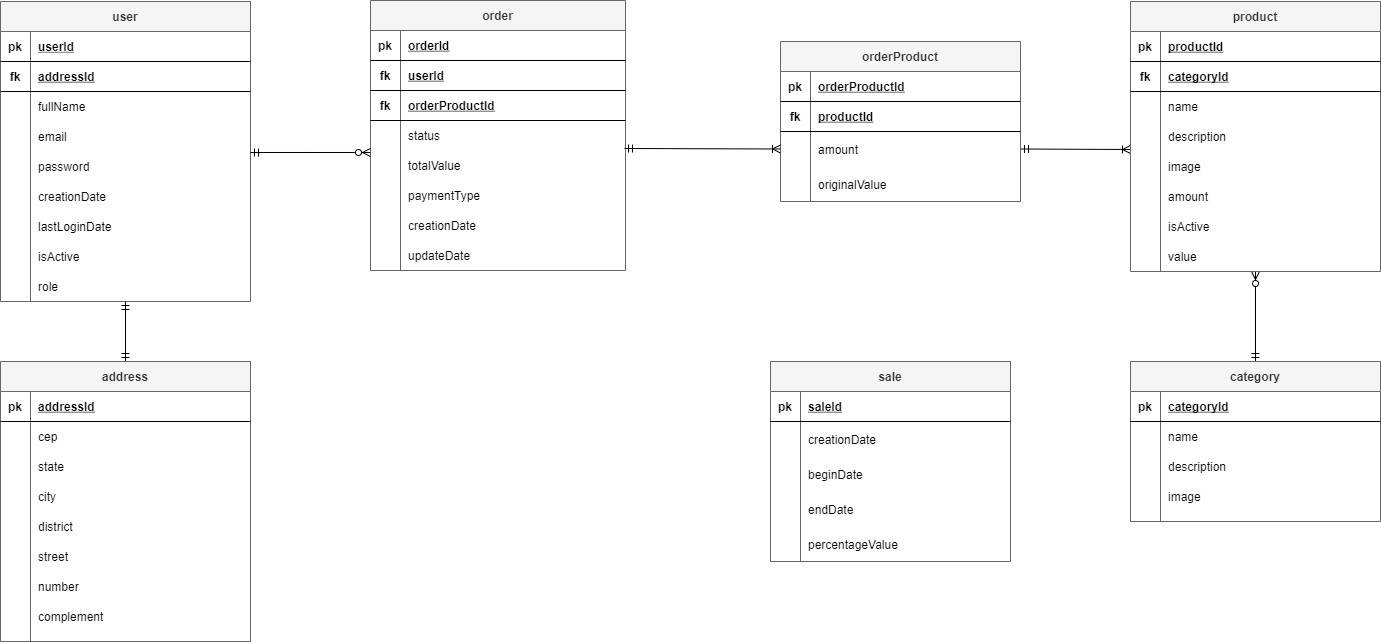
Above: documents/Diagrama ER.png in AdrianaMendes/tcc2-backend (draw.io), before the change. Source tidied: cells renumbered, new cells last; positions are measured from the earlier drawing's top-left corner, leaving out a move shared by most shapes.
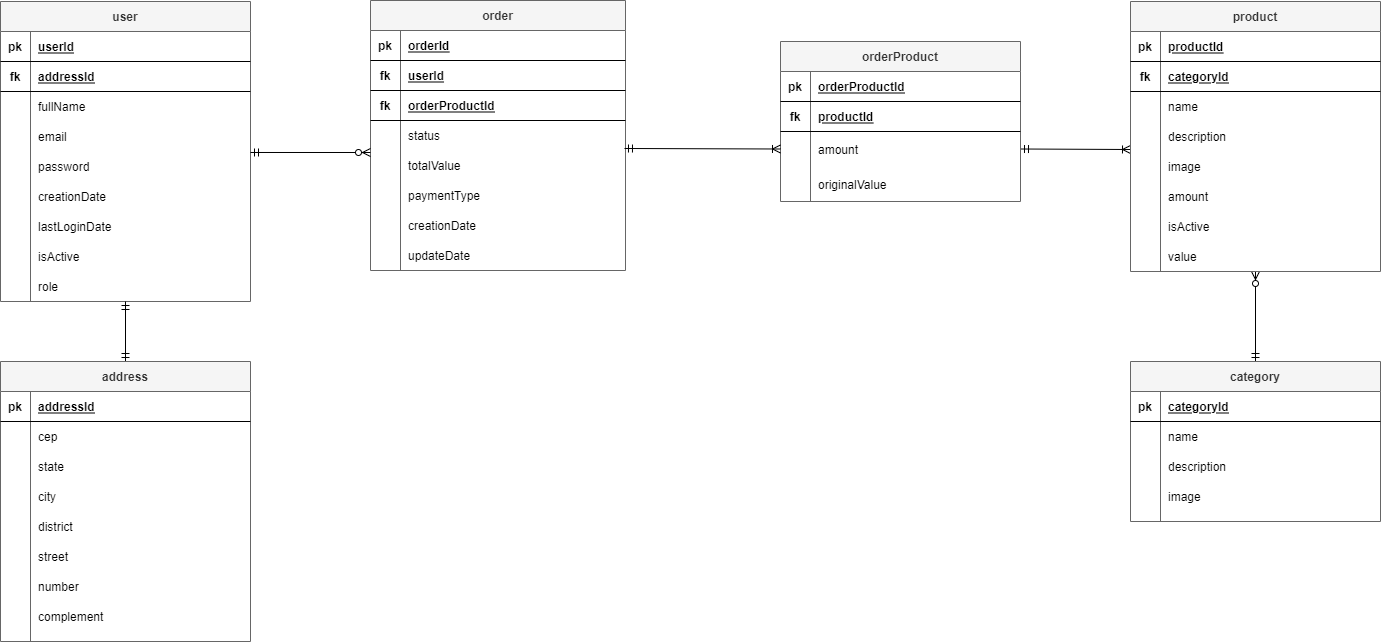
The same diagram one commit later.

Commit message:
Incluído diagrama ER atualizado e proposta aprovada

Diff of the diagram source:
```diff
@@ -414,53 +414,5 @@
         <mxPoint x="370" y="152" as="targetPoint" />
       </mxGeometry>
     </mxCell>
-    <mxCell id="138" value="sale" style="shape=table;startSize=30;rowLines=0;fontStyle=1;align=center;fillColor=#f5f5f5;strokeColor=#666666;fontColor=#333333;" parent="1" vertex="1">
-      <mxGeometry x="770" y="361" width="240" height="200" as="geometry" />
-    </mxCell>
-    <mxCell id="139" style="shape=partialRectangle;fillColor=none;top=0;left=0;right=0;bottom=1;" parent="138" vertex="1">
-      <mxGeometry y="30" width="240" height="30" as="geometry" />
-    </mxCell>
-    <mxCell id="140" value="pk" style="shape=partialRectangle;overflow=hidden;fillColor=none;top=0;left=0;bottom=0;right=0;fontStyle=1;" parent="139" vertex="1">
-      <mxGeometry width="30" height="30" as="geometry" />
-    </mxCell>
-    <mxCell id="141" value="saleId" style="shape=partialRectangle;overflow=hidden;fillColor=none;top=0;left=0;bottom=0;right=0;align=left;spacingLeft=6;fontStyle=5;" parent="139" vertex="1">
-      <mxGeometry x="30" width="210" height="30" as="geometry" />
-    </mxCell>
-    <mxCell id="142" style="shape=partialRectangle;fillColor=none;top=0;left=0;right=0;bottom=0;" parent="138" vertex="1">
-      <mxGeometry y="60" width="240" height="35" as="geometry" />
-    </mxCell>
-    <mxCell id="143" style="shape=partialRectangle;overflow=hidden;fillColor=none;top=0;left=0;bottom=0;right=0;" parent="142" vertex="1">
-      <mxGeometry width="30" height="35" as="geometry" />
-    </mxCell>
-    <mxCell id="144" value="creationDate" style="shape=partialRectangle;overflow=hidden;fillColor=none;top=0;left=0;bottom=0;right=0;align=left;spacingLeft=6;" parent="142" vertex="1">
-      <mxGeometry x="30" width="210" height="35" as="geometry" />
-    </mxCell>
-    <mxCell id="145" style="shape=partialRectangle;fillColor=none;top=0;left=0;right=0;bottom=0;" parent="138" vertex="1">
-      <mxGeometry y="95" width="240" height="35" as="geometry" />
-    </mxCell>
-    <mxCell id="146" style="shape=partialRectangle;overflow=hidden;fillColor=none;top=0;left=0;bottom=0;right=0;" parent="145" vertex="1">
-      <mxGeometry width="30" height="35" as="geometry" />
-    </mxCell>
-    <mxCell id="147" value="beginDate" style="shape=partialRectangle;overflow=hidden;fillColor=none;top=0;left=0;bottom=0;right=0;align=left;spacingLeft=6;" parent="145" vertex="1">
-      <mxGeometry x="30" width="210" height="35" as="geometry" />
-    </mxCell>
-    <mxCell id="148" style="shape=partialRectangle;fillColor=none;top=0;left=0;right=0;bottom=0;" parent="138" vertex="1">
-      <mxGeometry y="130" width="240" height="35" as="geometry" />
-    </mxCell>
-    <mxCell id="149" style="shape=partialRectangle;overflow=hidden;fillColor=none;top=0;left=0;bottom=0;right=0;" parent="148" vertex="1">
-      <mxGeometry width="30" height="35" as="geometry" />
-    </mxCell>
-    <mxCell id="150" value="endDate" style="shape=partialRectangle;overflow=hidden;fillColor=none;top=0;left=0;bottom=0;right=0;align=left;spacingLeft=6;" parent="148" vertex="1">
-      <mxGeometry x="30" width="210" height="35" as="geometry" />
-    </mxCell>
-    <mxCell id="151" style="shape=partialRectangle;fillColor=none;top=0;left=0;right=0;bottom=0;" parent="138" vertex="1">
-      <mxGeometry y="165" width="240" height="35" as="geometry" />
-    </mxCell>
-    <mxCell id="152" style="shape=partialRectangle;overflow=hidden;fillColor=none;top=0;left=0;bottom=0;right=0;" parent="151" vertex="1">
-      <mxGeometry width="30" height="35" as="geometry" />
-    </mxCell>
-    <mxCell id="153" value="percentageValue" style="shape=partialRectangle;overflow=hidden;fillColor=none;top=0;left=0;bottom=0;right=0;align=left;spacingLeft=6;" parent="151" vertex="1">
-      <mxGeometry x="30" width="210" height="35" as="geometry" />
-    </mxCell>
   </root>
 </mxGraphModel>
```
